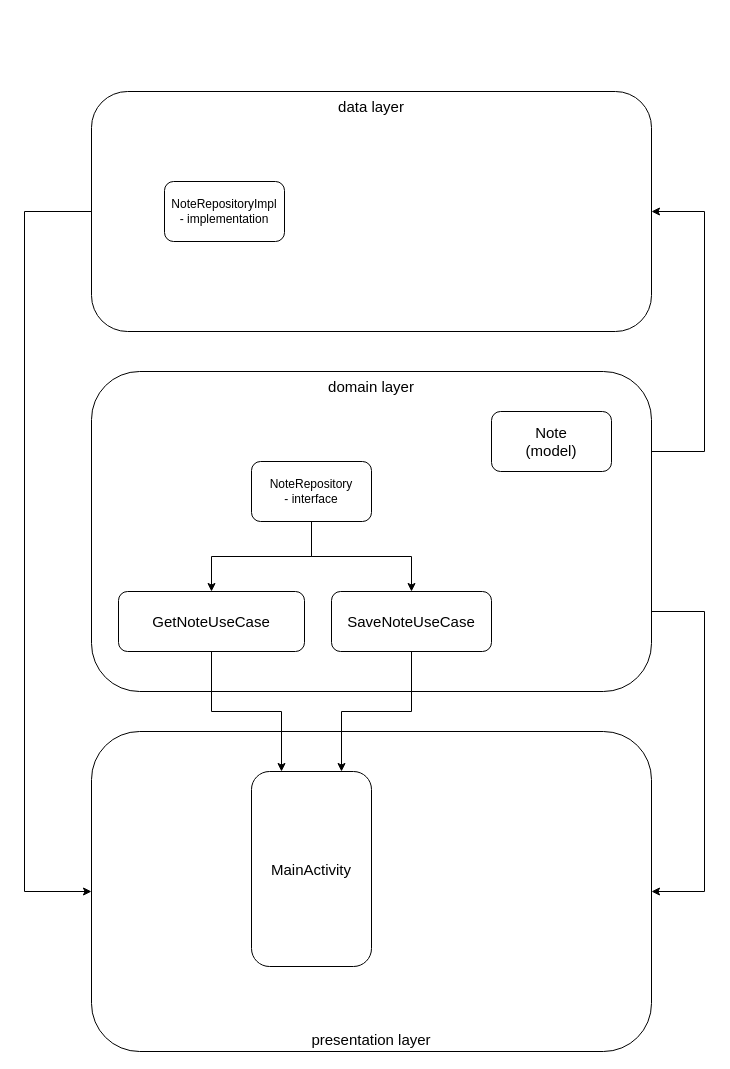
This is architecture diagram.drawio from vlatrof/android-clean-architecture-demo, a draw.io file, before an edit. Source tidied: cells renumbered, new cells numbered last; positions are measured from the earlier drawing's top-left corner, leaving out a move shared by most shapes. Both pictures are drawn from the tidied source at 100%, with x=0, y=0 at pixel (24, 91).
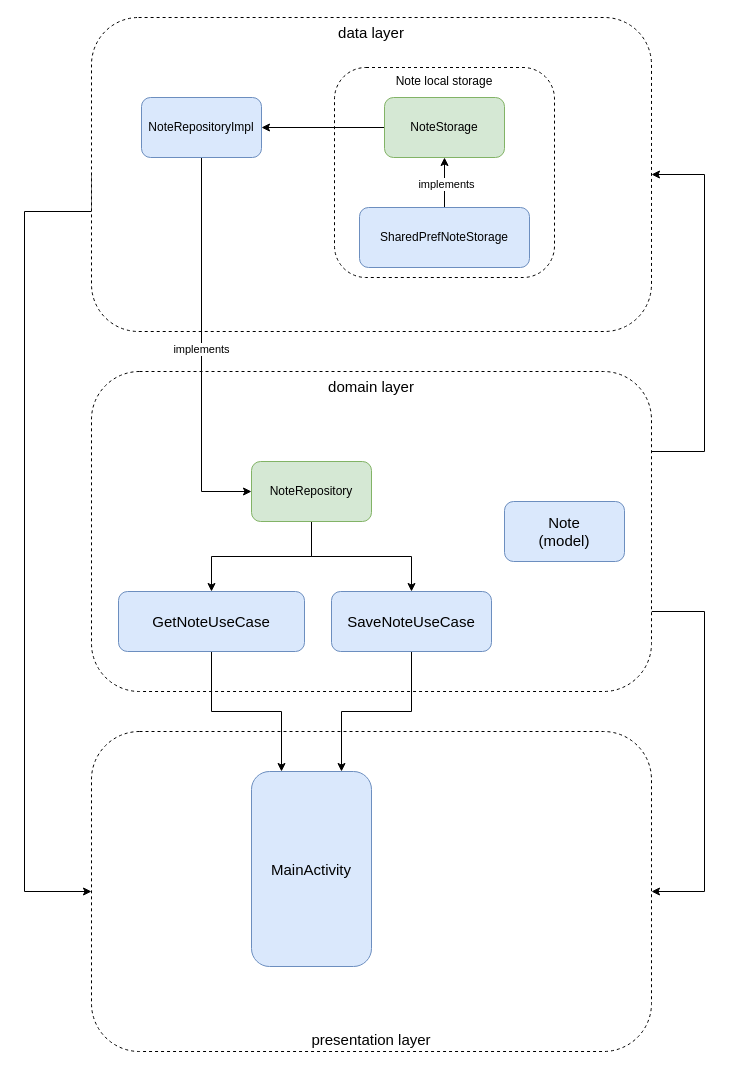
After the change.

Diff of the diagram source:
```diff
@@
-    <mxCell id="3" value="data layer" style="rounded=1;whiteSpace=wrap;html=1;verticalAlign=top;fontSize=15;" parent="1" vertex="1">
-      <mxGeometry x="67" width="560" height="240" as="geometry" />
+    <mxCell id="3" value="data layer" style="rounded=1;whiteSpace=wrap;html=1;verticalAlign=top;fontSize=15;dashed=1;" parent="1" vertex="1">
+      <mxGeometry x="67" y="-74" width="560" height="314" as="geometry" />
     </mxCell>
@@
     <mxCell id="5" style="edgeStyle=orthogonalEdgeStyle;rounded=0;jettySize=auto;html=1;exitX=1;exitY=0.25;exitDx=0;exitDy=0;entryX=1;entryY=0.5;entryDx=0;entryDy=0;fontSize=15;" parent="1" edge="1" source="6" target="3">
       <mxGeometry relative="1" as="geometry">
         <Array as="points">
           <mxPoint x="680" y="360" />
-          <mxPoint x="680" y="120" />
+          <mxPoint x="680" y="83" />
         </Array>
       </mxGeometry>
     </mxCell>
-    <mxCell id="6" value="domain layer" style="rounded=1;whiteSpace=wrap;html=1;verticalAlign=top;fontSize=15;" parent="1" vertex="1">
+    <mxCell id="6" value="domain layer" style="rounded=1;whiteSpace=wrap;html=1;verticalAlign=top;fontSize=15;dashed=1;" parent="1" vertex="1">
       <mxGeometry x="67" y="280" width="560" height="320" as="geometry" />
     </mxCell>
-    <mxCell id="7" value="presentation layer" style="rounded=1;whiteSpace=wrap;html=1;verticalAlign=bottom;fontSize=15;" parent="1" vertex="1">
+    <mxCell id="7" value="presentation layer" style="rounded=1;whiteSpace=wrap;html=1;verticalAlign=bottom;fontSize=15;dashed=1;" parent="1" vertex="1">
       <mxGeometry x="67" y="640" width="560" height="320" as="geometry" />
     </mxCell>
-    <mxCell id="8" value="MainActivity" style="rounded=1;whiteSpace=wrap;html=1;fontSize=15;" parent="1" vertex="1">
+    <mxCell id="8" value="MainActivity" style="rounded=1;whiteSpace=wrap;html=1;fontSize=15;fillColor=#dae8fc;strokeColor=#6c8ebf;" parent="1" vertex="1">
       <mxGeometry x="227" y="680" width="120" height="195" as="geometry" />
     </mxCell>
-    <mxCell id="9" value="Note&lt;br&gt;(model)" style="rounded=1;whiteSpace=wrap;html=1;fontSize=15;" parent="1" vertex="1">
-      <mxGeometry x="467" y="320" width="120" height="60" as="geometry" />
+    <mxCell id="9" value="Note&lt;br&gt;(model)" style="rounded=1;whiteSpace=wrap;html=1;fontSize=15;fillColor=#dae8fc;strokeColor=#6c8ebf;" parent="1" vertex="1">
+      <mxGeometry x="480" y="410" width="120" height="60" as="geometry" />
     </mxCell>
@@
-    <mxCell id="11" value="GetNoteUseCase" style="rounded=1;whiteSpace=wrap;html=1;fontSize=15;" parent="1" vertex="1">
+    <mxCell id="11" value="GetNoteUseCase" style="rounded=1;whiteSpace=wrap;html=1;fontSize=15;fillColor=#dae8fc;strokeColor=#6c8ebf;" parent="1" vertex="1">
       <mxGeometry x="94" y="500" width="186" height="60" as="geometry" />
     </mxCell>
@@
-    <mxCell id="13" value="SaveNoteUseCase" style="rounded=1;whiteSpace=wrap;html=1;fontSize=15;" parent="1" vertex="1">
+    <mxCell id="13" value="SaveNoteUseCase" style="rounded=1;whiteSpace=wrap;html=1;fontSize=15;fillColor=#dae8fc;strokeColor=#6c8ebf;" parent="1" vertex="1">
       <mxGeometry x="307" y="500" width="160" height="60" as="geometry" />
     </mxCell>
@@
-    <mxCell id="16" value="NoteRepository&lt;br&gt;- interface" style="rounded=1;whiteSpace=wrap;html=1;" parent="1" vertex="1">
+    <mxCell id="16" value="NoteRepository" style="rounded=1;whiteSpace=wrap;html=1;fillColor=#d5e8d4;strokeColor=#82b366;" parent="1" vertex="1">
       <mxGeometry x="227" y="370" width="120" height="60" as="geometry" />
     </mxCell>
+    <mxCell id="18" value="implements" style="edgeStyle=orthogonalEdgeStyle;rounded=0;jettySize=auto;html=1;exitX=0.5;exitY=1;exitDx=0;exitDy=0;entryX=0;entryY=0.5;entryDx=0;entryDy=0;" parent="1" edge="1" source="17" target="16">
+      <mxGeometry relative="1" as="geometry" />
+    </mxCell>
-    <mxCell id="17" value="NoteRepositoryImpl&lt;br&gt;- implementation" style="rounded=1;whiteSpace=wrap;html=1;" parent="1" vertex="1">
-      <mxGeometry x="140" y="90" width="120" height="60" as="geometry" />
+    <mxCell id="17" value="NoteRepositoryImpl" style="rounded=1;whiteSpace=wrap;html=1;fillColor=#dae8fc;strokeColor=#6c8ebf;" parent="1" vertex="1">
+      <mxGeometry x="117" y="6" width="120" height="60" as="geometry" />
     </mxCell>
+    <mxCell id="19" value="Note local storage" style="rounded=1;whiteSpace=wrap;html=1;dashed=1;verticalAlign=top;" parent="1" vertex="1">
+      <mxGeometry x="310" y="-24" width="220" height="210" as="geometry" />
+    </mxCell>
+    <mxCell id="20" style="edgeStyle=orthogonalEdgeStyle;rounded=0;jettySize=auto;html=1;" parent="1" edge="1" source="21" target="17">
+      <mxGeometry relative="1" as="geometry" />
+    </mxCell>
+    <mxCell id="21" value="NoteStorage" style="rounded=1;whiteSpace=wrap;html=1;fillColor=#d5e8d4;strokeColor=#82b366;" parent="1" vertex="1">
+      <mxGeometry x="360" y="6" width="120" height="60" as="geometry" />
+    </mxCell>
+    <mxCell id="22" style="edgeStyle=orthogonalEdgeStyle;rounded=0;jettySize=auto;html=1;" parent="1" edge="1" source="24" target="21">
+      <mxGeometry relative="1" as="geometry" />
+    </mxCell>
+    <mxCell id="23" value="implements" style="edgeLabel;html=1;align=center;verticalAlign=middle;" parent="22" vertex="1">
+      <mxGeometry x="-0.05" y="-1" relative="1" as="geometry" />
+    </mxCell>
+    <mxCell id="24" value="SharedPrefNoteStorage" style="rounded=1;whiteSpace=wrap;html=1;fillColor=#dae8fc;strokeColor=#6c8ebf;" parent="1" vertex="1">
+      <mxGeometry x="335" y="116" width="170" height="60" as="geometry" />
+    </mxCell>
```
